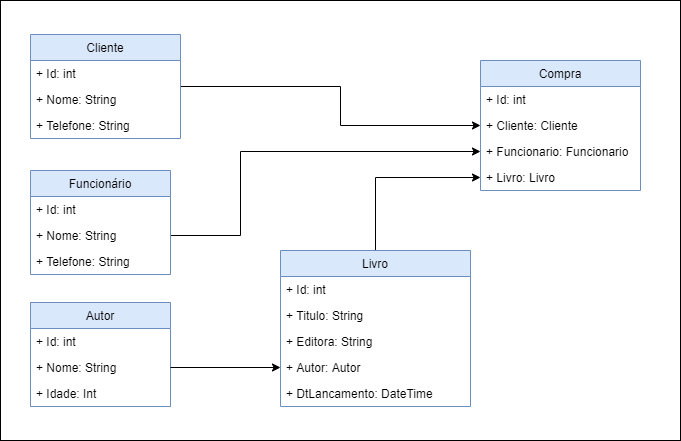
biancaantunes/-TopicosAvancadosemSistemasdeInformacaoII keeps this draw.io diagram as LivrariaSolution/Livraria.drawio.png. Above is the earlier version. Source tidied: cells renumbered, new cells last; positions are measured from the earlier drawing's top-left corner, leaving out a move shared by most shapes.
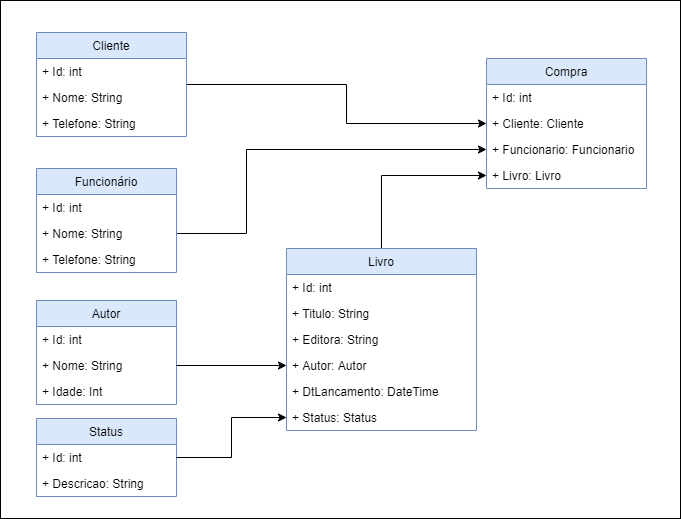
Above is the later version.

Change to the diagram source:
```diff
@@ -58,7 +58,7 @@
       <mxGeometry relative="1" as="geometry" />
     </mxCell>
     <mxCell id="17" value="Livro" style="swimlane;fontStyle=0;horizontal=1;startSize=26;fillColor=#dae8fc;strokeColor=#6c8ebf;fontColor=default;" parent="1" vertex="1">
-      <mxGeometry x="280" y="250" width="190" height="156" as="geometry" />
+      <mxGeometry x="280" y="250" width="190" height="182" as="geometry" />
     </mxCell>
     <mxCell id="18" value="+ Id: int" style="text;strokeColor=none;fillColor=none;align=left;verticalAlign=top;spacingLeft=4;spacingRight=4;overflow=hidden;fontColor=default;" parent="17" vertex="1">
       <mxGeometry y="26" width="190" height="26" as="geometry" />
@@ -75,6 +75,9 @@
     <mxCell id="22" value="+ DtLancamento: DateTime" style="text;strokeColor=none;fillColor=none;align=left;verticalAlign=top;spacingLeft=4;spacingRight=4;overflow=hidden;fontColor=default;" parent="17" vertex="1">
       <mxGeometry y="130" width="190" height="26" as="geometry" />
     </mxCell>
+    <mxCell id="30" value="+ Status: Status" style="text;strokeColor=none;fillColor=none;align=left;verticalAlign=top;spacingLeft=4;spacingRight=4;overflow=hidden;points=[[0,0.5],[1,0.5]];portConstraint=eastwest;fontColor=default;" parent="17" vertex="1">
+      <mxGeometry y="156" width="190" height="26" as="geometry" />
+    </mxCell>
     <mxCell id="23" value="Compra" style="swimlane;fontStyle=0;horizontal=1;startSize=26;fillColor=#dae8fc;strokeColor=#6c8ebf;fontColor=default;" parent="1" vertex="1">
       <mxGeometry x="480" y="60" width="160" height="130" as="geometry" />
     </mxCell>
@@ -90,11 +93,23 @@
     <mxCell id="27" value="+ Livro: Livro" style="text;strokeColor=none;fillColor=none;align=left;verticalAlign=top;spacingLeft=4;spacingRight=4;overflow=hidden;points=[[0,0.5],[1,0.5]];portConstraint=eastwest;fontColor=default;" parent="23" vertex="1">
       <mxGeometry y="104" width="160" height="26" as="geometry" />
     </mxCell>
-    <mxCell id="28" style="edgeStyle=orthogonalEdgeStyle;rounded=0;jettySize=auto;html=1;entryX=0;entryY=0.75;entryDx=0;entryDy=0;labelBackgroundColor=default;fontColor=default;strokeColor=default;" parent="1" edge="1" source="9" target="17">
+    <mxCell id="28" style="edgeStyle=orthogonalEdgeStyle;rounded=0;jettySize=auto;html=1;entryX=0;entryY=0.5;entryDx=0;entryDy=0;labelBackgroundColor=default;fontColor=default;strokeColor=default;" parent="1" edge="1" source="9" target="21">
       <mxGeometry relative="1" as="geometry" />
     </mxCell>
     <mxCell id="29" style="rounded=0;whiteSpace=wrap;html=1;fillColor=none;strokeColor=default;fontColor=default;" parent="1" vertex="1">
-      <mxGeometry width="680" height="440" as="geometry" />
+      <mxGeometry x="-6" y="2" width="680" height="518" as="geometry" />
     </mxCell>
+    <mxCell id="31" value="Status" style="swimlane;fontStyle=0;horizontal=1;startSize=26;fillColor=#dae8fc;strokeColor=#6c8ebf;fontColor=default;" parent="1" vertex="1">
+      <mxGeometry x="30" y="420" width="140" height="78" as="geometry" />
+    </mxCell>
+    <mxCell id="32" value="+ Id: int" style="text;strokeColor=none;fillColor=none;align=left;verticalAlign=top;spacingLeft=4;spacingRight=4;overflow=hidden;points=[[0,0.5],[1,0.5]];portConstraint=eastwest;fontColor=default;" parent="31" vertex="1">
+      <mxGeometry y="26" width="140" height="26" as="geometry" />
+    </mxCell>
+    <mxCell id="33" value="+ Descricao: String" style="text;strokeColor=none;fillColor=none;align=left;verticalAlign=top;spacingLeft=4;spacingRight=4;overflow=hidden;fontColor=default;" parent="31" vertex="1">
+      <mxGeometry y="52" width="140" height="26" as="geometry" />
+    </mxCell>
+    <mxCell id="34" style="edgeStyle=orthogonalEdgeStyle;rounded=0;jettySize=auto;html=1;entryX=0;entryY=0.5;entryDx=0;entryDy=0;" parent="1" edge="1" source="32" target="30">
+      <mxGeometry relative="1" as="geometry" />
+    </mxCell>
   </root>
 </mxGraphModel>
```
